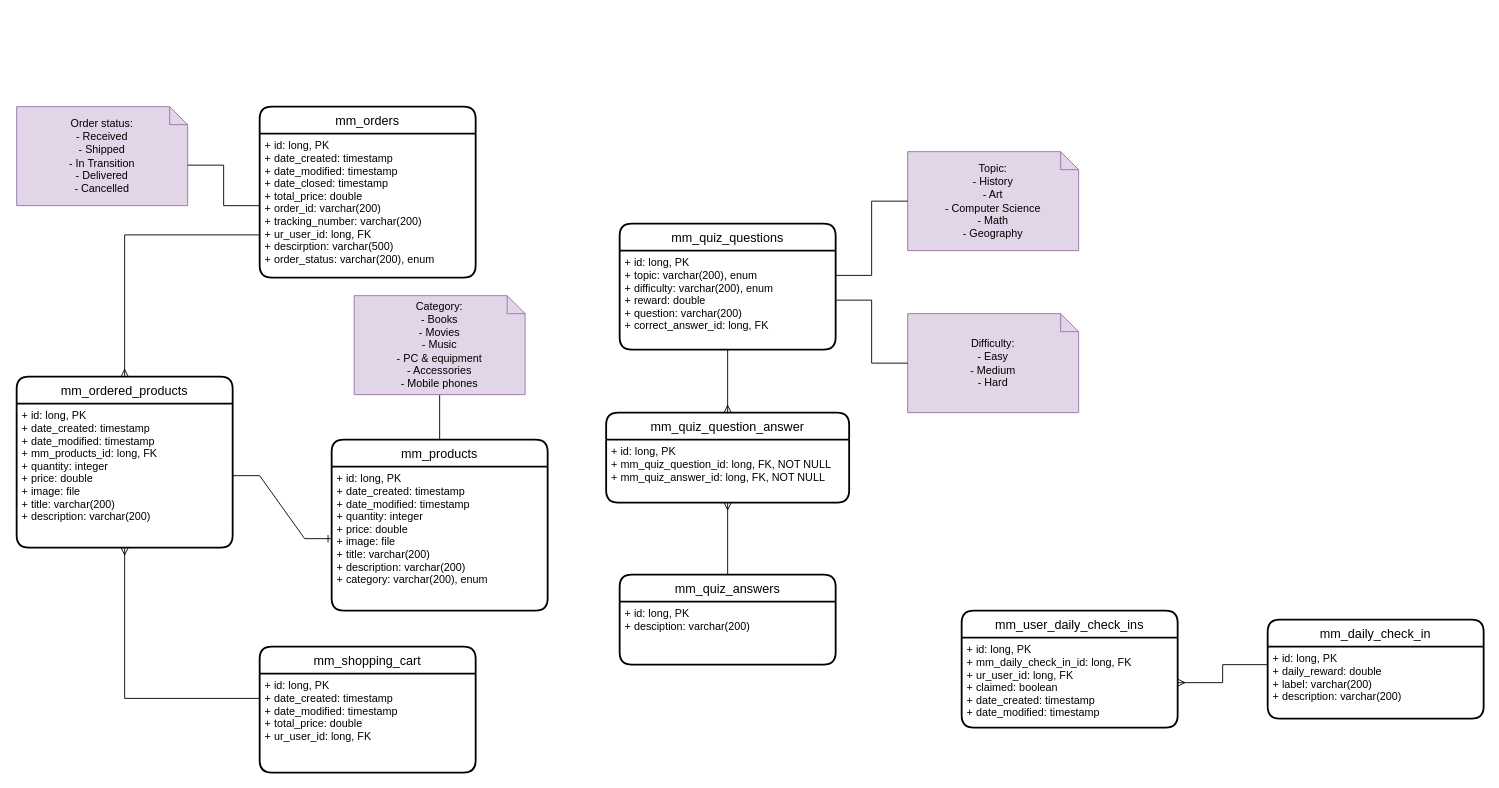
Above: page "metamodels" (2 of 2) of EMT_diagrams.drawio in bbozilov26/EMT_2023_backend (draw.io), before the change. Source tidied: cells renumbered, new cells numbered last; positions are measured from the earlier drawing's top-left corner, leaving out a move shared by most shapes. Both pictures are drawn from the tidied source at 90%, with x=0, y=0 at pixel (16, 106).
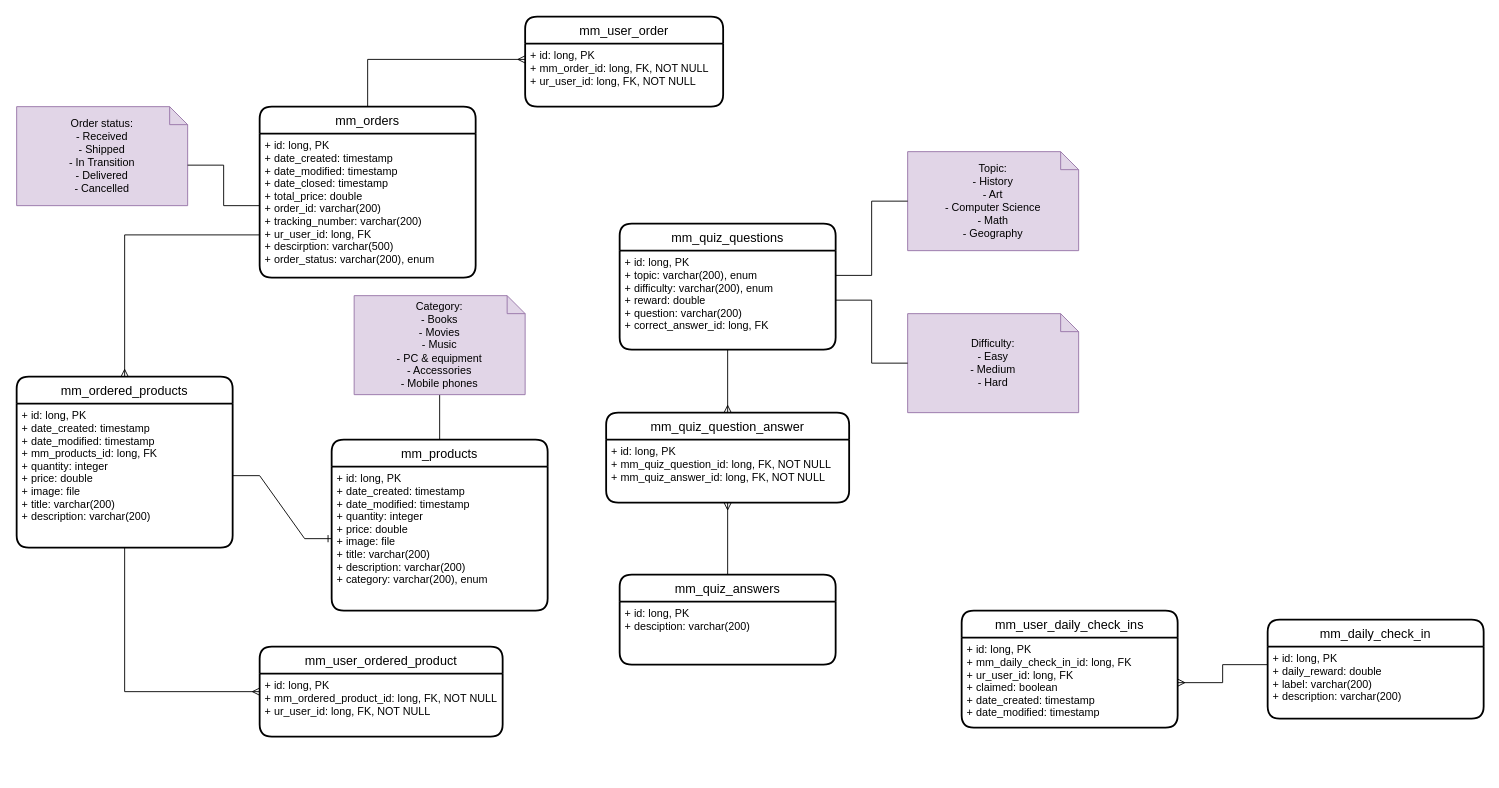
The same page after the edit.

Unchanged cells that the change refers to:
```xml
<mxCell id="22" value="mm_orders" style="swimlane;horizontal=1;startSize=30;rounded=1;fontSize=14;fontStyle=0;strokeWidth=2;shadow=0;dashed=0;align=center;" parent="1" vertex="1">
  <mxGeometry x="270" width="240" height="190" as="geometry" />
</mxCell>
<mxCell id="28" value="+ id: long, PK&#10;+ date_created: timestamp&#10;+ date_modified: timestamp&#10;+ mm_products_id: long, FK&#10;+ quantity: integer&#10;+ price: double&#10;+ image: file&#10;+ title: varchar(200)&#10;+ description: varchar(200)" style="align=left;strokeColor=none;fillColor=none;spacingLeft=4;fontSize=12;verticalAlign=top;" parent="27" vertex="1">
  <mxGeometry y="30" width="240" height="160" as="geometry" />
</mxCell>
```

Change to the diagram source:
```diff
@@
-    <mxCell id="14" style="edgeStyle=orthogonalEdgeStyle;rounded=0;jettySize=auto;html=1;exitX=0;exitY=0.25;exitDx=0;exitDy=0;entryX=0.5;entryY=1;entryDx=0;entryDy=0;endArrow=ERmany;endFill=0;" parent="1" edge="1" source="16" target="28">
+    <mxCell id="14" style="edgeStyle=orthogonalEdgeStyle;rounded=0;jettySize=auto;html=1;entryX=0;entryY=0.5;entryDx=0;entryDy=0;endArrow=ERmany;endFill=0;exitX=0.5;exitY=1;exitDx=0;exitDy=0;" parent="1" edge="1" source="28" target="15">
       <mxGeometry relative="1" as="geometry" />
     </mxCell>
-    <mxCell id="15" value="mm_shopping_cart" style="swimlane;horizontal=1;startSize=30;rounded=1;fontSize=14;fontStyle=0;strokeWidth=2;shadow=0;dashed=0;align=center;" parent="1" vertex="1">
-      <mxGeometry x="270" y="600" width="240" height="140" as="geometry" />
+    <mxCell id="15" value="mm_user_ordered_product" style="swimlane;horizontal=1;startSize=30;rounded=1;fontSize=14;fontStyle=0;strokeWidth=2;shadow=0;dashed=0;align=center;" parent="1" vertex="1">
+      <mxGeometry x="270" y="600" width="270" height="100" as="geometry" />
     </mxCell>
-    <mxCell id="16" value="+ id: long, PK&#10;+ date_created: timestamp&#10;+ date_modified: timestamp&#10;+ total_price: double&#10;+ ur_user_id: long, FK" style="align=left;strokeColor=none;fillColor=none;spacingLeft=4;fontSize=12;verticalAlign=top;" parent="15" vertex="1">
-      <mxGeometry y="30" width="240" height="110" as="geometry" />
+    <mxCell id="16" value="+ id: long, PK&#10;+ mm_ordered_product_id: long, FK, NOT NULL&#10;+ ur_user_id: long, FK, NOT NULL" style="align=left;strokeColor=none;fillColor=none;spacingLeft=4;fontSize=12;verticalAlign=top;" parent="15" vertex="1">
+      <mxGeometry y="30" width="270" height="70" as="geometry" />
     </mxCell>
@@
+    <mxCell id="34" value="mm_user_order" style="swimlane;horizontal=1;startSize=30;rounded=1;fontSize=14;fontStyle=0;strokeWidth=2;shadow=0;dashed=0;align=center;" parent="1" vertex="1">
+      <mxGeometry x="565" y="-100" width="220" height="100" as="geometry" />
+    </mxCell>
+    <mxCell id="35" value="+ id: long, PK&#10;+ mm_order_id: long, FK, NOT NULL&#10;+ ur_user_id: long, FK, NOT NULL" style="align=left;strokeColor=none;fillColor=none;spacingLeft=4;fontSize=12;verticalAlign=top;" parent="34" vertex="1">
+      <mxGeometry y="30" width="220" height="70" as="geometry" />
+    </mxCell>
+    <mxCell id="36" style="edgeStyle=orthogonalEdgeStyle;rounded=0;jettySize=auto;html=1;entryX=0;entryY=0.25;entryDx=0;entryDy=0;endArrow=ERmany;endFill=0;exitX=0.5;exitY=0;exitDx=0;exitDy=0;" parent="1" edge="1" source="22" target="35">
+      <mxGeometry relative="1" as="geometry" />
+    </mxCell>
```
